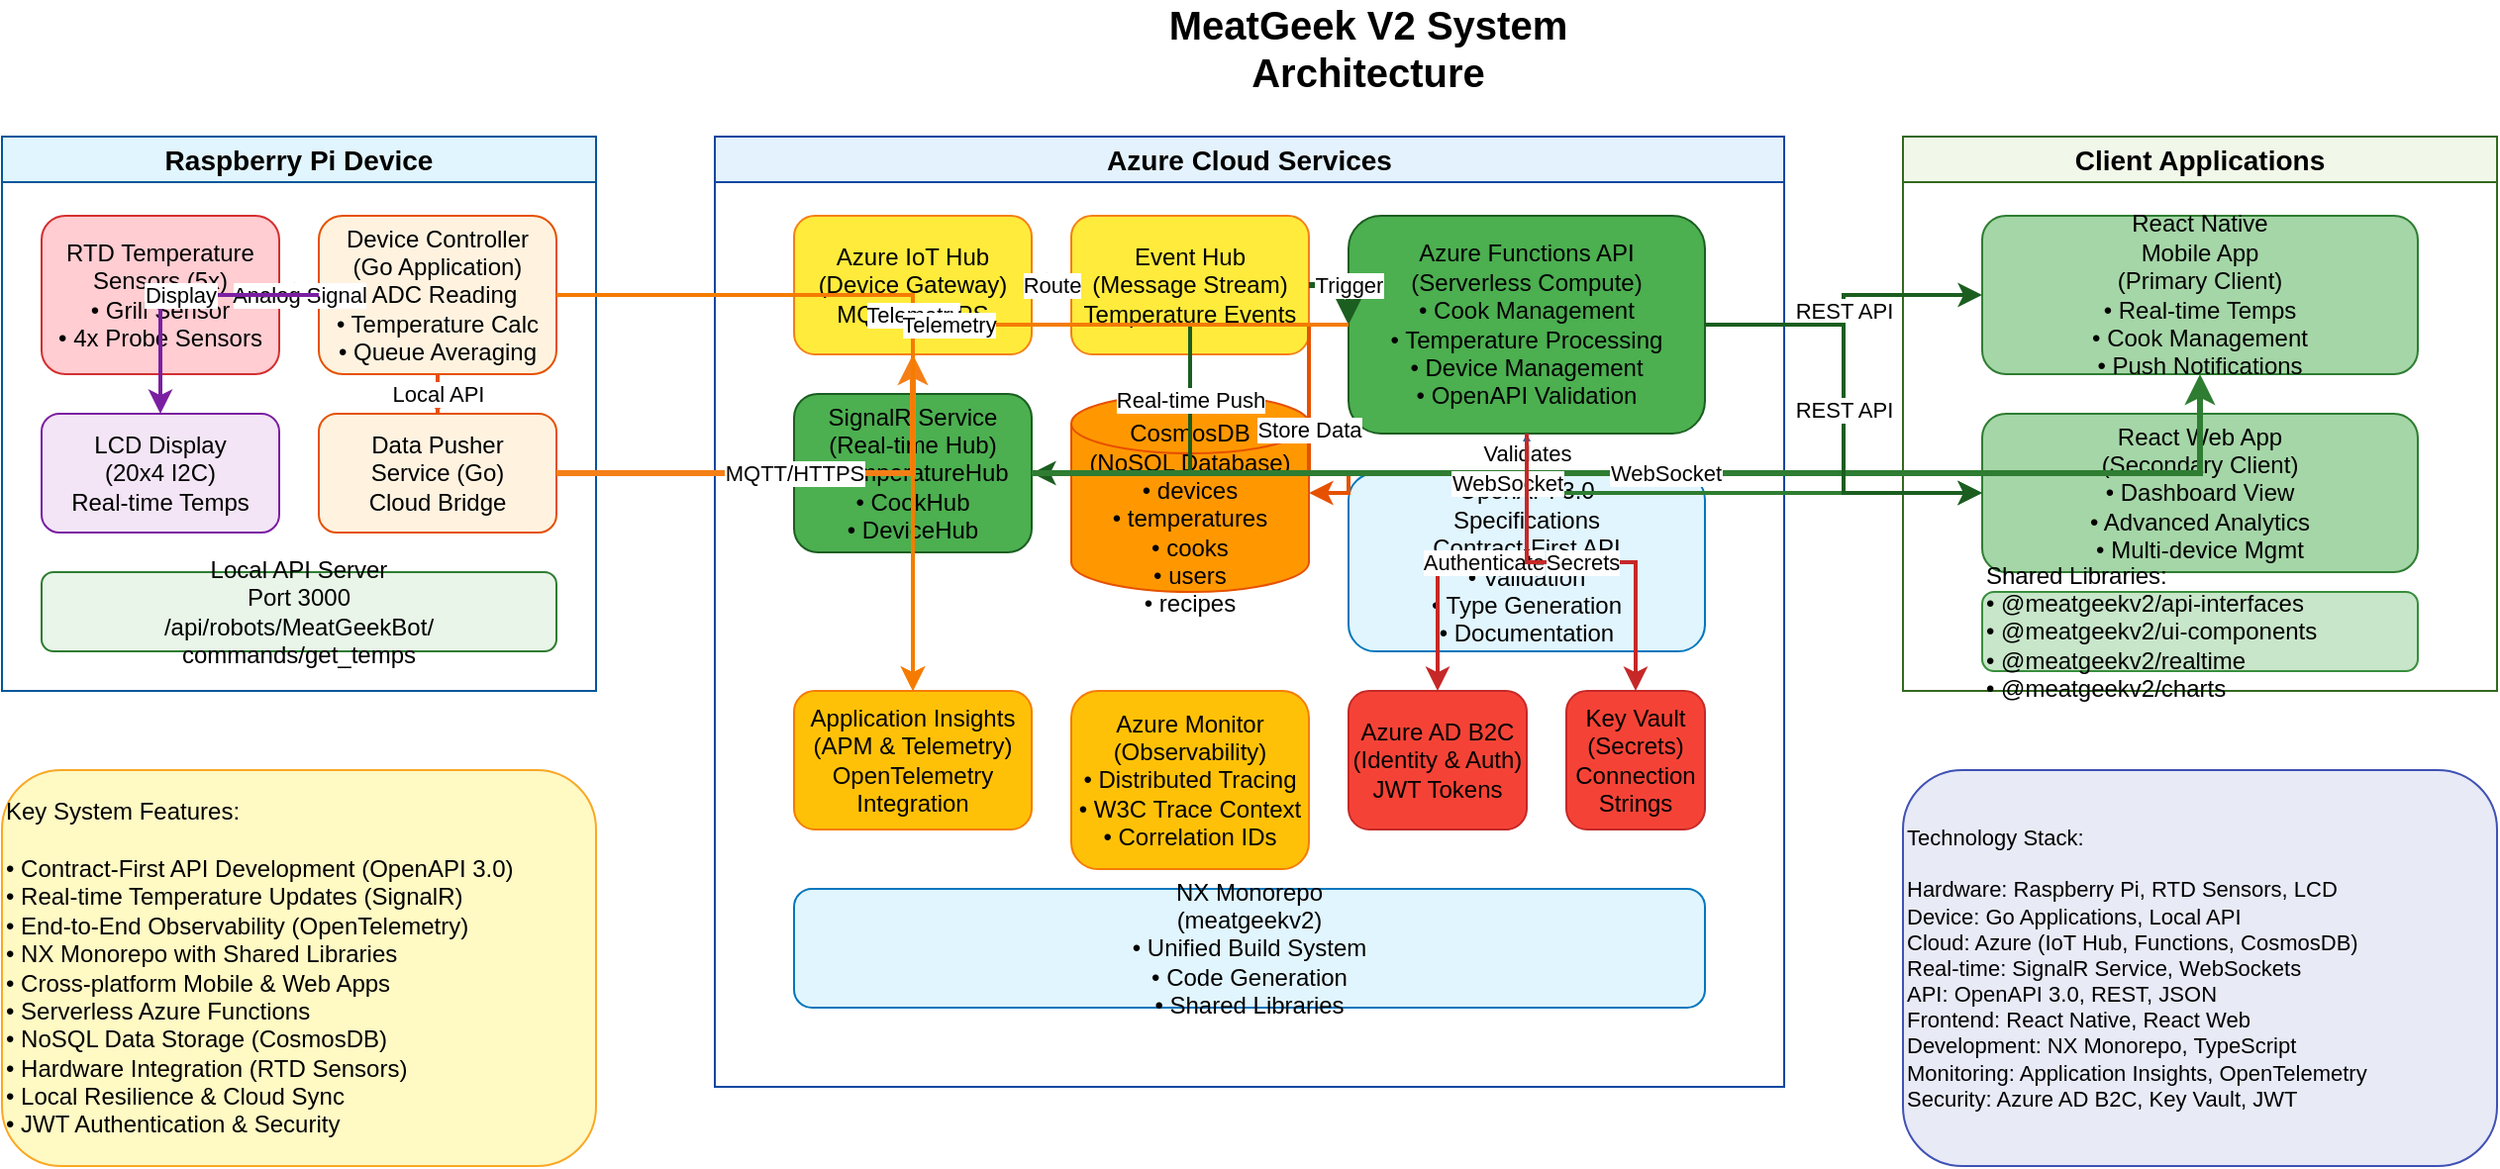
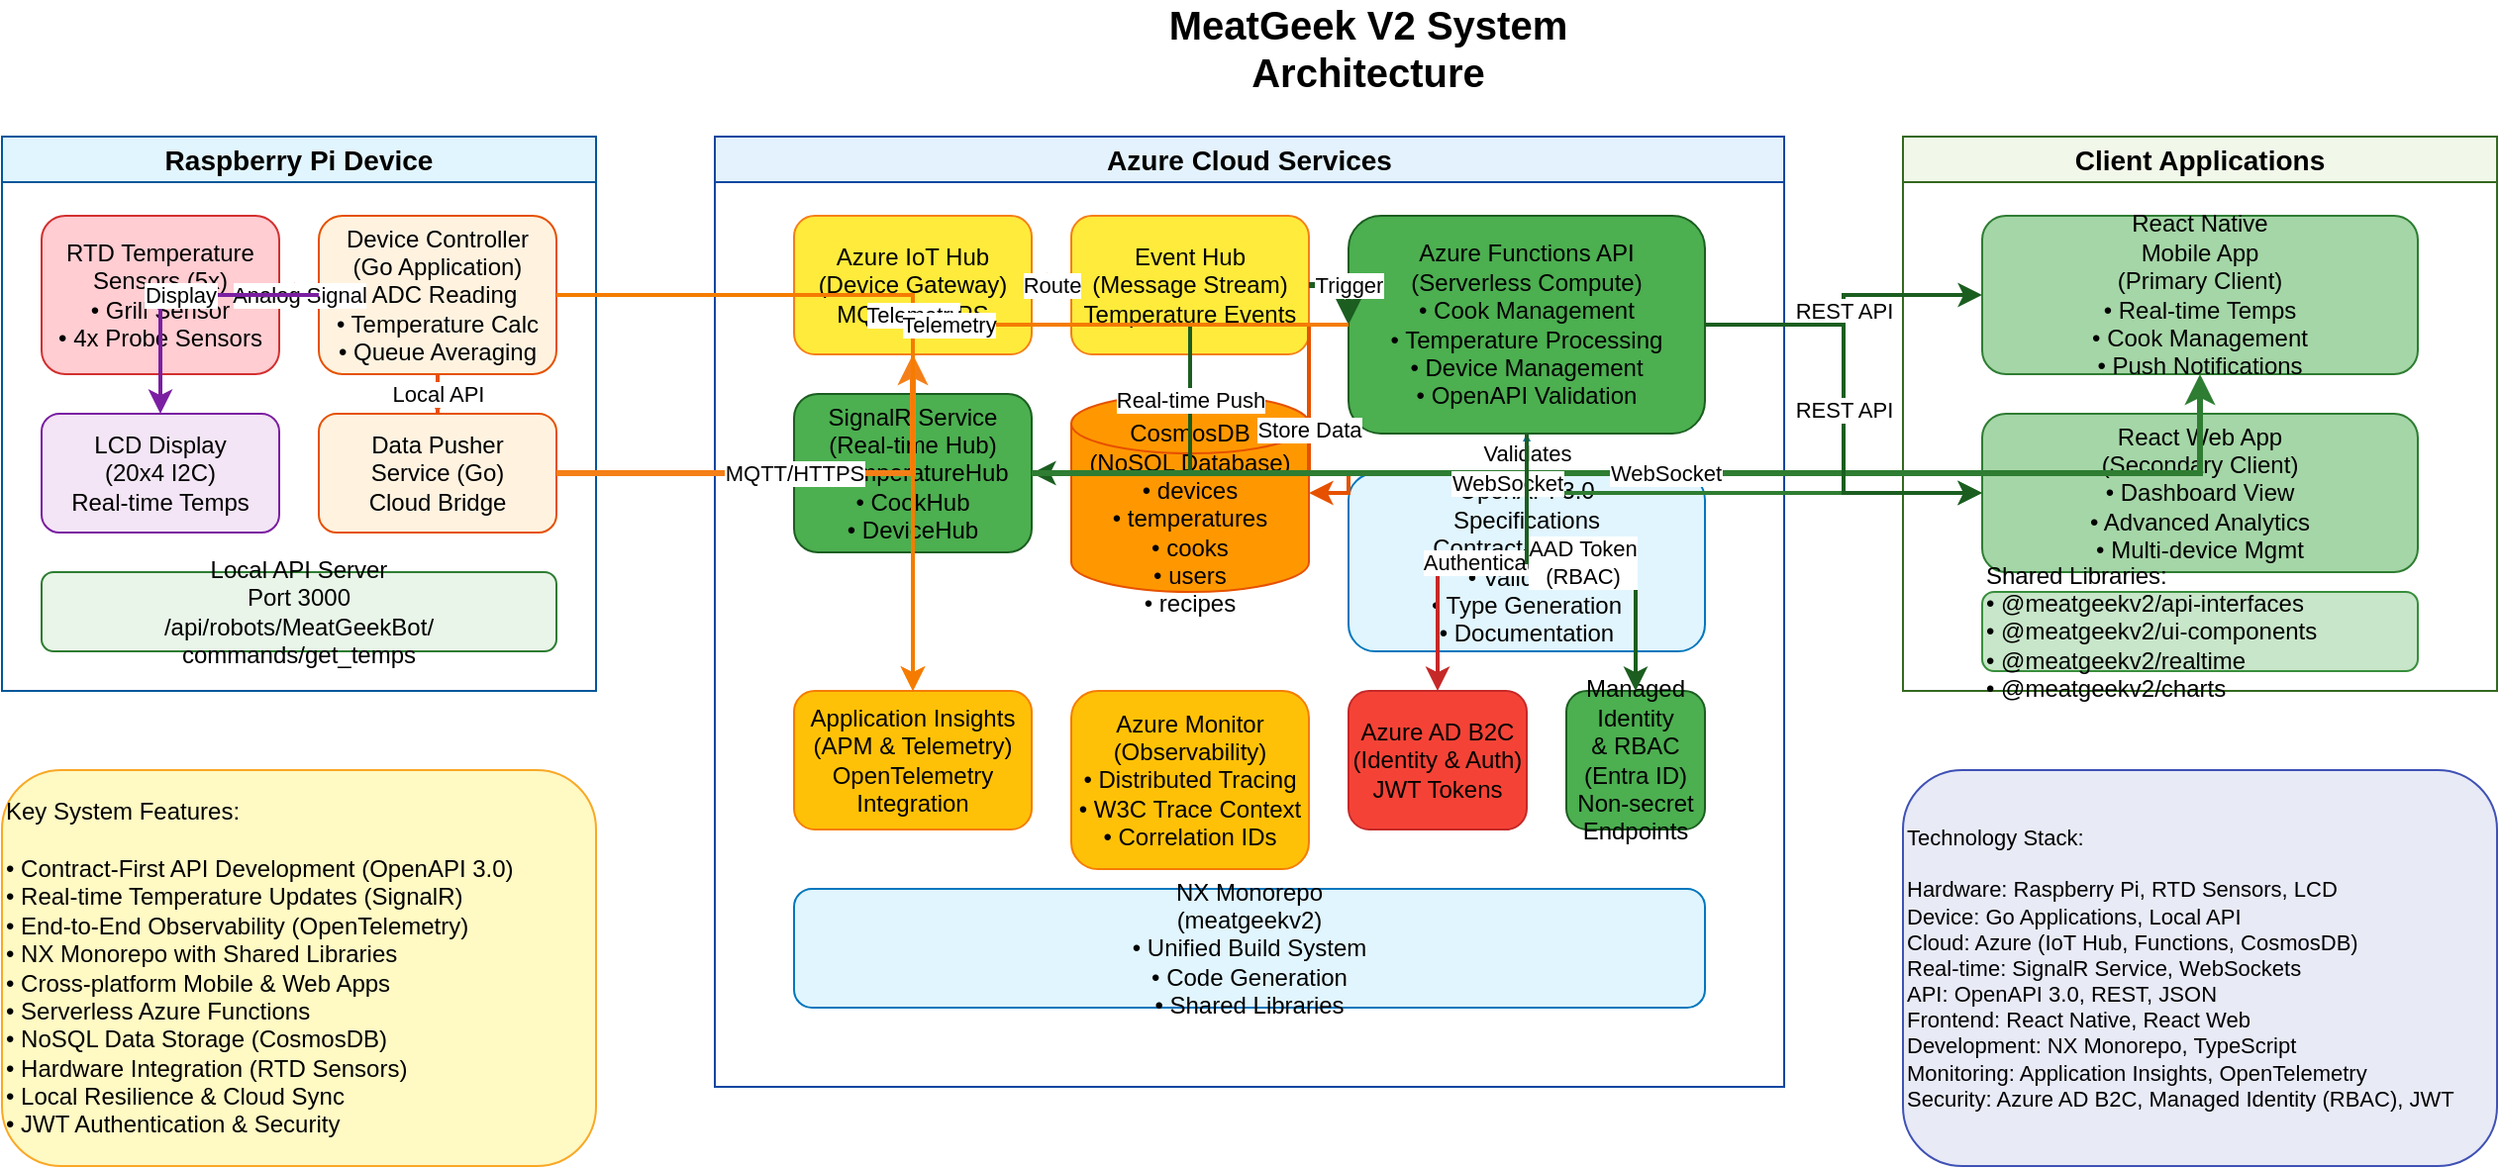
<mxfile host="app.diagrams.net" modified="2025-01-26T12:00:00.000Z" agent="5.0" version="24.7.17">
  <diagram name="MeatGeek V2 System Architecture" id="system-overview">
    <mxGraphModel dx="1422" dy="827" grid="1" gridSize="10" guides="1" tooltips="1" connect="1" arrows="1" fold="1" page="1" pageScale="1" pageWidth="1400" pageHeight="900" math="0" shadow="0">
      <root>
        <mxCell id="0" />
        <mxCell id="1" parent="0" />

        <!-- Title -->
        <mxCell id="title" value="MeatGeek V2 System Architecture" style="text;html=1;strokeColor=none;fillColor=none;align=center;verticalAlign=middle;whiteSpace=wrap;rounded=0;fontSize=20;fontStyle=1;" vertex="1" parent="1">
          <mxGeometry x="600" y="20" width="300" height="30" as="geometry" />
        </mxCell>

        <!-- Raspberry Pi Device Group -->
        <mxCell id="rpi-group" value="Raspberry Pi Device" style="swimlane;whiteSpace=wrap;html=1;fillColor=#e1f5fe;strokeColor=#01579b;fontSize=14;fontStyle=1;" vertex="1" parent="1">
          <mxGeometry x="60" y="80" width="300" height="280" as="geometry" />
        </mxCell>

        <mxCell id="rtd-sensors" value="RTD Temperature&#xa;Sensors (5x)&#xa;• Grill Sensor&#xa;• 4x Probe Sensors" style="rounded=1;whiteSpace=wrap;html=1;fillColor=#ffcdd2;strokeColor=#d32f2f;" vertex="1" parent="rpi-group">
          <mxGeometry x="20" y="40" width="120" height="80" as="geometry" />
        </mxCell>

        <mxCell id="device-controller" value="Device Controller&#xa;(Go Application)&#xa;• ADC Reading&#xa;• Temperature Calc&#xa;• Queue Averaging" style="rounded=1;whiteSpace=wrap;html=1;fillColor=#fff3e0;strokeColor=#e65100;" vertex="1" parent="rpi-group">
          <mxGeometry x="160" y="40" width="120" height="80" as="geometry" />
        </mxCell>

        <mxCell id="lcd-display" value="LCD Display&#xa;(20x4 I2C)&#xa;Real-time Temps" style="rounded=1;whiteSpace=wrap;html=1;fillColor=#f3e5f5;strokeColor=#7b1fa2;" vertex="1" parent="rpi-group">
          <mxGeometry x="20" y="140" width="120" height="60" as="geometry" />
        </mxCell>

        <mxCell id="data-pusher" value="Data Pusher&#xa;Service (Go)&#xa;Cloud Bridge" style="rounded=1;whiteSpace=wrap;html=1;fillColor=#fff3e0;strokeColor=#e65100;" vertex="1" parent="rpi-group">
          <mxGeometry x="160" y="140" width="120" height="60" as="geometry" />
        </mxCell>

        <mxCell id="local-api" value="Local API Server&#xa;Port 3000&#xa;/api/robots/MeatGeekBot/&#xa;commands/get_temps" style="rounded=1;whiteSpace=wrap;html=1;fillColor=#e8f5e8;strokeColor=#2e7d32;" vertex="1" parent="rpi-group">
          <mxGeometry x="20" y="220" width="260" height="40" as="geometry" />
        </mxCell>

        <!-- Azure Cloud Services Group -->
        <mxCell id="azure-group" value="Azure Cloud Services" style="swimlane;whiteSpace=wrap;html=1;fillColor=#e3f2fd;strokeColor=#0d47a1;fontSize=14;fontStyle=1;" vertex="1" parent="1">
          <mxGeometry x="420" y="80" width="540" height="480" as="geometry" />
        </mxCell>

        <!-- IoT and Ingestion -->
        <mxCell id="iot-hub" value="Azure IoT Hub&#xa;(Device Gateway)&#xa;MQTT/HTTPS" style="rounded=1;whiteSpace=wrap;html=1;fillColor=#ffeb3b;strokeColor=#f57f17;" vertex="1" parent="azure-group">
          <mxGeometry x="40" y="40" width="120" height="70" as="geometry" />
        </mxCell>

        <mxCell id="event-hub" value="Event Hub&#xa;(Message Stream)&#xa;Temperature Events" style="rounded=1;whiteSpace=wrap;html=1;fillColor=#ffeb3b;strokeColor=#f57f17;" vertex="1" parent="azure-group">
          <mxGeometry x="180" y="40" width="120" height="70" as="geometry" />
        </mxCell>

        <!-- Compute Services -->
        <mxCell id="azure-functions" value="Azure Functions API&#xa;(Serverless Compute)&#xa;• Cook Management&#xa;• Temperature Processing&#xa;• Device Management&#xa;• OpenAPI Validation" style="rounded=1;whiteSpace=wrap;html=1;fillColor=#4caf50;strokeColor=#1b5e20;" vertex="1" parent="azure-group">
          <mxGeometry x="320" y="40" width="180" height="110" as="geometry" />
        </mxCell>

        <mxCell id="signalr" value="SignalR Service&#xa;(Real-time Hub)&#xa;• TemperatureHub&#xa;• CookHub&#xa;• DeviceHub" style="rounded=1;whiteSpace=wrap;html=1;fillColor=#4caf50;strokeColor=#1b5e20;" vertex="1" parent="azure-group">
          <mxGeometry x="40" y="130" width="120" height="80" as="geometry" />
        </mxCell>

        <!-- Storage -->
        <mxCell id="cosmosdb" value="CosmosDB&#xa;(NoSQL Database)&#xa;• devices&#xa;• temperatures&#xa;• cooks&#xa;• users&#xa;• recipes" style="shape=cylinder3;whiteSpace=wrap;html=1;boundedLbl=1;backgroundOutline=1;size=15;fillColor=#ff9800;strokeColor=#e65100;" vertex="1" parent="azure-group">
          <mxGeometry x="180" y="130" width="120" height="100" as="geometry" />
        </mxCell>

        <!-- OpenAPI and NX -->
        <mxCell id="openapi-specs" value="OpenAPI 3.0&#xa;Specifications&#xa;Contract-First API&#xa;• Validation&#xa;• Type Generation&#xa;• Documentation" style="rounded=1;whiteSpace=wrap;html=1;fillColor=#e1f5fe;strokeColor=#0277bd;" vertex="1" parent="azure-group">
          <mxGeometry x="320" y="170" width="180" height="90" as="geometry" />
        </mxCell>

        <!-- Monitoring -->
        <mxCell id="app-insights" value="Application Insights&#xa;(APM &amp; Telemetry)&#xa;OpenTelemetry Integration" style="rounded=1;whiteSpace=wrap;html=1;fillColor=#ffc107;strokeColor=#f57c00;" vertex="1" parent="azure-group">
          <mxGeometry x="40" y="280" width="120" height="70" as="geometry" />
        </mxCell>

        <mxCell id="azure-monitor" value="Azure Monitor&#xa;(Observability)&#xa;• Distributed Tracing&#xa;• W3C Trace Context&#xa;• Correlation IDs" style="rounded=1;whiteSpace=wrap;html=1;fillColor=#ffc107;strokeColor=#f57c00;" vertex="1" parent="azure-group">
          <mxGeometry x="180" y="280" width="120" height="90" as="geometry" />
        </mxCell>

        <!-- Security -->
        <mxCell id="azure-ad" value="Azure AD B2C&#xa;(Identity &amp; Auth)&#xa;JWT Tokens" style="rounded=1;whiteSpace=wrap;html=1;fillColor=#f44336;strokeColor=#c62828;" vertex="1" parent="azure-group">
          <mxGeometry x="320" y="280" width="90" height="70" as="geometry" />
        </mxCell>

-         <mxCell id="key-vault" value="Key Vault&#xa;(Secrets)&#xa;Connection&#xa;Strings" style="rounded=1;whiteSpace=wrap;html=1;fillColor=#f44336;strokeColor=#c62828;" vertex="1" parent="azure-group">
+         <mxCell id="managed-identity" value="Managed Identity&#xa;&amp; RBAC&#xa;(Entra ID)&#xa;Non-secret&#xa;Endpoints" style="rounded=1;whiteSpace=wrap;html=1;fillColor=#4caf50;strokeColor=#1b5e20;" vertex="1" parent="azure-group">
          <mxGeometry x="430" y="280" width="70" height="70" as="geometry" />
        </mxCell>

        <!-- NX Monorepo -->
        <mxCell id="nx-monorepo" value="NX Monorepo&#xa;(meatgeekv2)&#xa;• Unified Build System&#xa;• Code Generation&#xa;• Shared Libraries" style="rounded=1;whiteSpace=wrap;html=1;fillColor=#e1f5fe;strokeColor=#0277bd;" vertex="1" parent="azure-group">
          <mxGeometry x="40" y="380" width="460" height="60" as="geometry" />
        </mxCell>

        <!-- Client Applications Group -->
        <mxCell id="clients-group" value="Client Applications" style="swimlane;whiteSpace=wrap;html=1;fillColor=#f1f8e9;strokeColor=#33691e;fontSize=14;fontStyle=1;" vertex="1" parent="1">
          <mxGeometry x="1020" y="80" width="300" height="280" as="geometry" />
        </mxCell>

        <mxCell id="mobile-app" value="React Native&#xa;Mobile App&#xa;(Primary Client)&#xa;• Real-time Temps&#xa;• Cook Management&#xa;• Push Notifications" style="rounded=1;whiteSpace=wrap;html=1;fillColor=#a5d6a7;strokeColor=#2e7d32;" vertex="1" parent="clients-group">
          <mxGeometry x="40" y="40" width="220" height="80" as="geometry" />
        </mxCell>

        <mxCell id="web-app" value="React Web App&#xa;(Secondary Client)&#xa;• Dashboard View&#xa;• Advanced Analytics&#xa;• Multi-device Mgmt" style="rounded=1;whiteSpace=wrap;html=1;fillColor=#a5d6a7;strokeColor=#2e7d32;" vertex="1" parent="clients-group">
          <mxGeometry x="40" y="140" width="220" height="80" as="geometry" />
        </mxCell>

        <mxCell id="shared-libs" value="Shared Libraries:&#xa;• @meatgeekv2/api-interfaces&#xa;• @meatgeekv2/ui-components&#xa;• @meatgeekv2/realtime&#xa;• @meatgeekv2/charts" style="rounded=1;whiteSpace=wrap;html=1;fillColor=#c8e6c9;strokeColor=#388e3c;align=left;" vertex="1" parent="clients-group">
          <mxGeometry x="40" y="230" width="220" height="40" as="geometry" />
        </mxCell>

        <!-- Data Flow Connections -->
        <mxCell id="rtd-to-controller" value="Analog Signal" style="edgeStyle=orthogonalEdgeStyle;rounded=0;orthogonalLoop=1;jettySize=auto;html=1;strokeColor=#d32f2f;strokeWidth=2;" edge="1" parent="1" source="rtd-sensors" target="device-controller">
          <mxGeometry relative="1" as="geometry" />
        </mxCell>

        <mxCell id="controller-to-lcd" value="Display" style="edgeStyle=orthogonalEdgeStyle;rounded=0;orthogonalLoop=1;jettySize=auto;html=1;strokeColor=#7b1fa2;strokeWidth=2;" edge="1" parent="1" source="device-controller" target="lcd-display">
          <mxGeometry relative="1" as="geometry" />
        </mxCell>

        <mxCell id="controller-to-pusher" value="Local API" style="edgeStyle=orthogonalEdgeStyle;rounded=0;orthogonalLoop=1;jettySize=auto;html=1;strokeColor=#e65100;strokeWidth=2;" edge="1" parent="1" source="device-controller" target="data-pusher">
          <mxGeometry relative="1" as="geometry" />
        </mxCell>

        <mxCell id="pusher-to-iot" value="MQTT/HTTPS" style="edgeStyle=orthogonalEdgeStyle;rounded=0;orthogonalLoop=1;jettySize=auto;html=1;strokeColor=#f57f17;strokeWidth=3;" edge="1" parent="1" source="data-pusher" target="iot-hub">
          <mxGeometry relative="1" as="geometry" />
        </mxCell>

        <mxCell id="iot-to-event" value="Route" style="edgeStyle=orthogonalEdgeStyle;rounded=0;orthogonalLoop=1;jettySize=auto;html=1;strokeColor=#f57f17;strokeWidth=2;" edge="1" parent="1" source="iot-hub" target="event-hub">
          <mxGeometry relative="1" as="geometry" />
        </mxCell>

        <mxCell id="event-to-functions" value="Trigger" style="edgeStyle=orthogonalEdgeStyle;rounded=0;orthogonalLoop=1;jettySize=auto;html=1;strokeColor=#1b5e20;strokeWidth=3;" edge="1" parent="1" source="event-hub" target="azure-functions">
          <mxGeometry relative="1" as="geometry" />
        </mxCell>

        <mxCell id="functions-to-cosmos" value="Store Data" style="edgeStyle=orthogonalEdgeStyle;rounded=0;orthogonalLoop=1;jettySize=auto;html=1;strokeColor=#e65100;strokeWidth=2;" edge="1" parent="1" source="azure-functions" target="cosmosdb">
          <mxGeometry relative="1" as="geometry" />
        </mxCell>

        <mxCell id="functions-to-signalr" value="Real-time Push" style="edgeStyle=orthogonalEdgeStyle;rounded=0;orthogonalLoop=1;jettySize=auto;html=1;strokeColor=#1b5e20;strokeWidth=2;" edge="1" parent="1" source="azure-functions" target="signalr">
          <mxGeometry relative="1" as="geometry" />
        </mxCell>

        <mxCell id="signalr-to-mobile" value="WebSocket" style="edgeStyle=orthogonalEdgeStyle;rounded=0;orthogonalLoop=1;jettySize=auto;html=1;strokeColor=#2e7d32;strokeWidth=3;" edge="1" parent="1" source="signalr" target="mobile-app">
          <mxGeometry relative="1" as="geometry" />
        </mxCell>

        <mxCell id="signalr-to-web" value="WebSocket" style="edgeStyle=orthogonalEdgeStyle;rounded=0;orthogonalLoop=1;jettySize=auto;html=1;strokeColor=#2e7d32;strokeWidth=2;" edge="1" parent="1" source="signalr" target="web-app">
          <mxGeometry relative="1" as="geometry" />
        </mxCell>

        <mxCell id="functions-to-mobile" value="REST API" style="edgeStyle=orthogonalEdgeStyle;rounded=0;orthogonalLoop=1;jettySize=auto;html=1;strokeColor=#1b5e20;strokeWidth=2;" edge="1" parent="1" source="azure-functions" target="mobile-app">
          <mxGeometry relative="1" as="geometry" />
        </mxCell>

        <mxCell id="functions-to-web" value="REST API" style="edgeStyle=orthogonalEdgeStyle;rounded=0;orthogonalLoop=1;jettySize=auto;html=1;strokeColor=#1b5e20;strokeWidth=2;" edge="1" parent="1" source="azure-functions" target="web-app">
          <mxGeometry relative="1" as="geometry" />
        </mxCell>

        <!-- OpenAPI Integration -->
        <mxCell id="openapi-to-functions" value="Validates" style="edgeStyle=orthogonalEdgeStyle;rounded=0;orthogonalLoop=1;jettySize=auto;html=1;strokeColor=#0277bd;strokeWidth=2;" edge="1" parent="1" source="openapi-specs" target="azure-functions">
          <mxGeometry relative="1" as="geometry" />
        </mxCell>

        <!-- Monitoring Connections -->
        <mxCell id="controller-to-insights" value="Telemetry" style="edgeStyle=orthogonalEdgeStyle;rounded=0;orthogonalLoop=1;jettySize=auto;html=1;strokeColor=#f57c00;strokeWidth=2;" edge="1" parent="1" source="device-controller" target="app-insights">
          <mxGeometry relative="1" as="geometry" />
        </mxCell>

        <mxCell id="functions-to-insights" value="Telemetry" style="edgeStyle=orthogonalEdgeStyle;rounded=0;orthogonalLoop=1;jettySize=auto;html=1;strokeColor=#f57c00;strokeWidth=2;" edge="1" parent="1" source="azure-functions" target="app-insights">
          <mxGeometry relative="1" as="geometry" />
        </mxCell>

        <!-- Security Connections -->
        <mxCell id="functions-to-auth" value="Authenticate" style="edgeStyle=orthogonalEdgeStyle;rounded=0;orthogonalLoop=1;jettySize=auto;html=1;strokeColor=#c62828;strokeWidth=2;" edge="1" parent="1" source="azure-functions" target="azure-ad">
          <mxGeometry relative="1" as="geometry" />
        </mxCell>

-         <mxCell id="functions-to-keyvault" value="Secrets" style="edgeStyle=orthogonalEdgeStyle;rounded=0;orthogonalLoop=1;jettySize=auto;html=1;strokeColor=#c62828;strokeWidth=2;" edge="1" parent="1" source="azure-functions" target="key-vault">
+         <mxCell id="functions-to-identity" value="AAD Token&#xa;(RBAC)" style="edgeStyle=orthogonalEdgeStyle;rounded=0;orthogonalLoop=1;jettySize=auto;html=1;strokeColor=#1b5e20;strokeWidth=2;" edge="1" parent="1" source="azure-functions" target="managed-identity">
          <mxGeometry relative="1" as="geometry" />
        </mxCell>

        <!-- Key Features Callout -->
        <mxCell id="features-callout" value="Key System Features:&#xa;&#xa;• Contract-First API Development (OpenAPI 3.0)&#xa;• Real-time Temperature Updates (SignalR)&#xa;• End-to-End Observability (OpenTelemetry)&#xa;• NX Monorepo with Shared Libraries&#xa;• Cross-platform Mobile &amp; Web Apps&#xa;• Serverless Azure Functions&#xa;• NoSQL Data Storage (CosmosDB)&#xa;• Hardware Integration (RTD Sensors)&#xa;• Local Resilience &amp; Cloud Sync&#xa;• JWT Authentication &amp; Security" style="rounded=1;whiteSpace=wrap;html=1;fillColor=#fff9c4;strokeColor=#f9a825;align=left;fontSize=12;fontStyle=0;" vertex="1" parent="1">
          <mxGeometry x="60" y="400" width="300" height="200" as="geometry" />
        </mxCell>

        <!-- Technology Stack Legend -->
-         <mxCell id="tech-legend" value="Technology Stack:&#xa;&#xa;Hardware: Raspberry Pi, RTD Sensors, LCD&#xa;Device: Go Applications, Local API&#xa;Cloud: Azure (IoT Hub, Functions, CosmosDB)&#xa;Real-time: SignalR Service, WebSockets&#xa;API: OpenAPI 3.0, REST, JSON&#xa;Frontend: React Native, React Web&#xa;Development: NX Monorepo, TypeScript&#xa;Monitoring: Application Insights, OpenTelemetry&#xa;Security: Azure AD B2C, Key Vault, JWT" style="rounded=1;whiteSpace=wrap;html=1;fillColor=#e8eaf6;strokeColor=#3f51b5;align=left;fontSize=11;fontStyle=0;" vertex="1" parent="1">
+         <mxCell id="tech-legend" value="Technology Stack:&#xa;&#xa;Hardware: Raspberry Pi, RTD Sensors, LCD&#xa;Device: Go Applications, Local API&#xa;Cloud: Azure (IoT Hub, Functions, CosmosDB)&#xa;Real-time: SignalR Service, WebSockets&#xa;API: OpenAPI 3.0, REST, JSON&#xa;Frontend: React Native, React Web&#xa;Development: NX Monorepo, TypeScript&#xa;Monitoring: Application Insights, OpenTelemetry&#xa;Security: Azure AD B2C, Managed Identity (RBAC), JWT" style="rounded=1;whiteSpace=wrap;html=1;fillColor=#e8eaf6;strokeColor=#3f51b5;align=left;fontSize=11;fontStyle=0;" vertex="1" parent="1">
          <mxGeometry x="1020" y="400" width="300" height="200" as="geometry" />
        </mxCell>

      </root>
    </mxGraphModel>
  </diagram>
</mxfile>